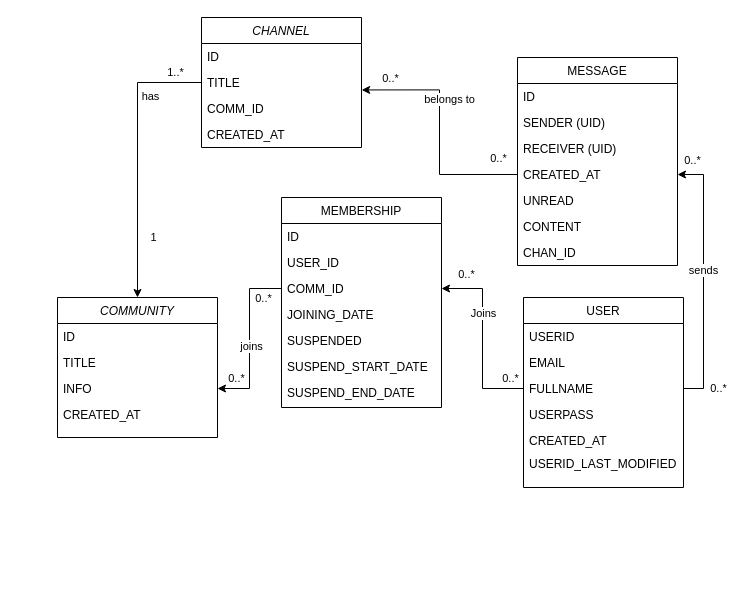
Above: ext/DTR.drawio in raeeschaudhary/Coursera_Exams (draw.io), before the change. Source tidied: cells renumbered, new cells numbered last; positions are measured from the earlier drawing's top-left corner, leaving out a move shared by most shapes. Both pictures are drawn from the tidied source at 100%, with x=0, y=0 at pixel (57, 17).
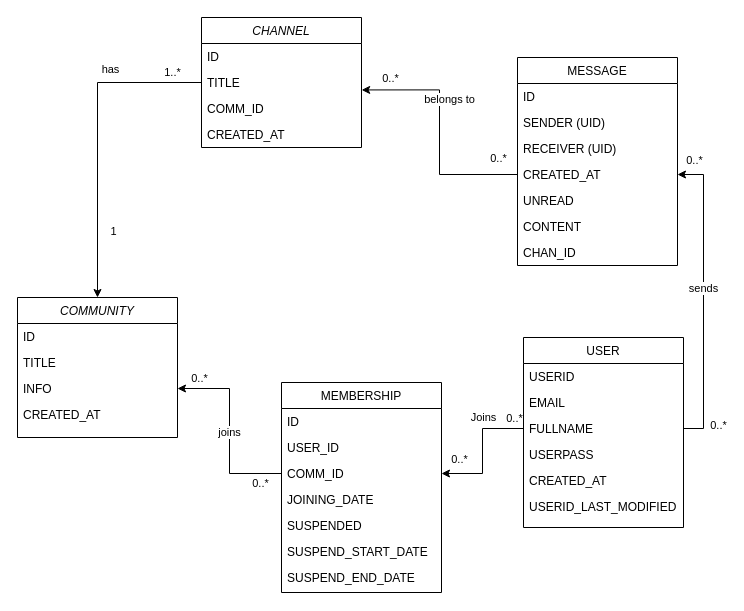
The same page after the edit.

Diff of the diagram source:
```diff
@@
     <mxCell id="2" value="COMMUNITY" style="swimlane;fontStyle=2;align=center;verticalAlign=top;horizontal=1;startSize=26;rounded=0;shadow=0;strokeWidth=1;" parent="1" vertex="1">
-      <mxGeometry y="280" width="160" height="140" as="geometry" />
+      <mxGeometry x="-40" y="280" width="160" height="140" as="geometry" />
     </mxCell>
@@
     <mxCell id="7" value="USER" style="swimlane;fontStyle=0;align=center;verticalAlign=top;horizontal=1;startSize=26;rounded=0;shadow=0;strokeWidth=1;" parent="1" vertex="1">
-      <mxGeometry x="466" y="280" width="160" height="190" as="geometry" />
+      <mxGeometry x="466" y="320" width="160" height="190" as="geometry" />
     </mxCell>
@@
+    <mxCell id="50" value="USERID_LAST_MODIFIED" style="text;align=left;verticalAlign=top;spacingLeft=4;spacingRight=4;overflow=hidden;rounded=0;shadow=0;html=0;" parent="7" vertex="1">
+      <mxGeometry y="156" width="160" height="26" as="geometry" />
+    </mxCell>
@@
     <mxCell id="26" value="MEMBERSHIP" style="swimlane;fontStyle=0;align=center;verticalAlign=top;horizontal=1;startSize=26;rounded=0;shadow=0;strokeWidth=1;" parent="1" vertex="1">
-      <mxGeometry x="224" y="180" width="160" height="210" as="geometry" />
+      <mxGeometry x="224" y="365" width="160" height="210" as="geometry" />
     </mxCell>
@@
-    <mxCell id="50" value="USERID_LAST_MODIFIED" style="text;align=left;verticalAlign=top;spacingLeft=4;spacingRight=4;overflow=hidden;rounded=0;shadow=0;html=0;" parent="1" vertex="1">
-      <mxGeometry x="466" y="433" width="160" height="26" as="geometry" />
-    </mxCell>
```
